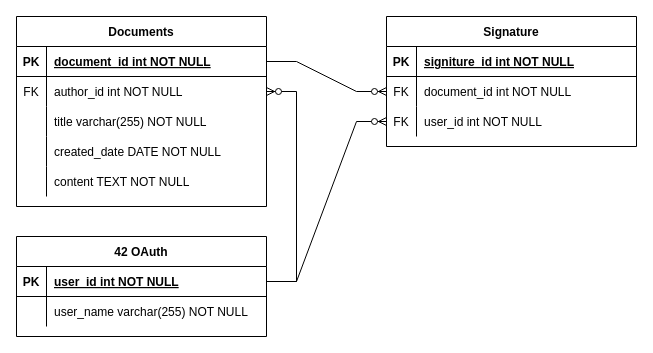
The draw.io diagram erd.drawio in 42SeoulHackthon2023GamFour/Hackthon2023GamFour, before the edit. Source tidied: cells renumbered, new cells numbered last; positions are measured from the earlier drawing's top-left corner, leaving out a move shared by most shapes. Both pictures are drawn from the tidied source at 100%, with x=0, y=0 at pixel (16, 16).
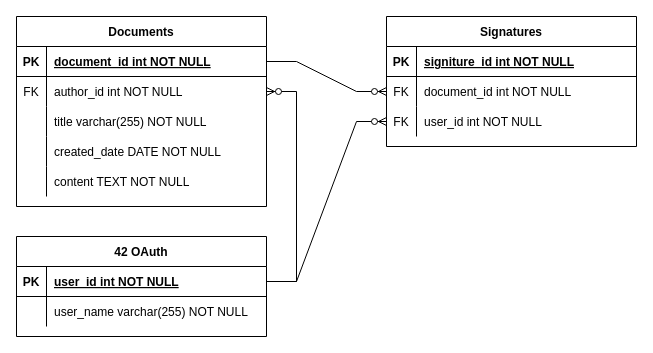
The same page after the edit.

The edit, as a diff of the source:
```diff
@@
-    <mxCell id="18" value="Signature" style="shape=table;startSize=30;childLayout=tableLayout;rowLines=0;fontStyle=1;align=center;" parent="1" vertex="1">
+    <mxCell id="18" value="Signatures" style="shape=table;startSize=30;childLayout=tableLayout;rowLines=0;fontStyle=1;align=center;" parent="1" vertex="1">
       <mxGeometry x="370" width="250" height="130" as="geometry" />
     </mxCell>
```
